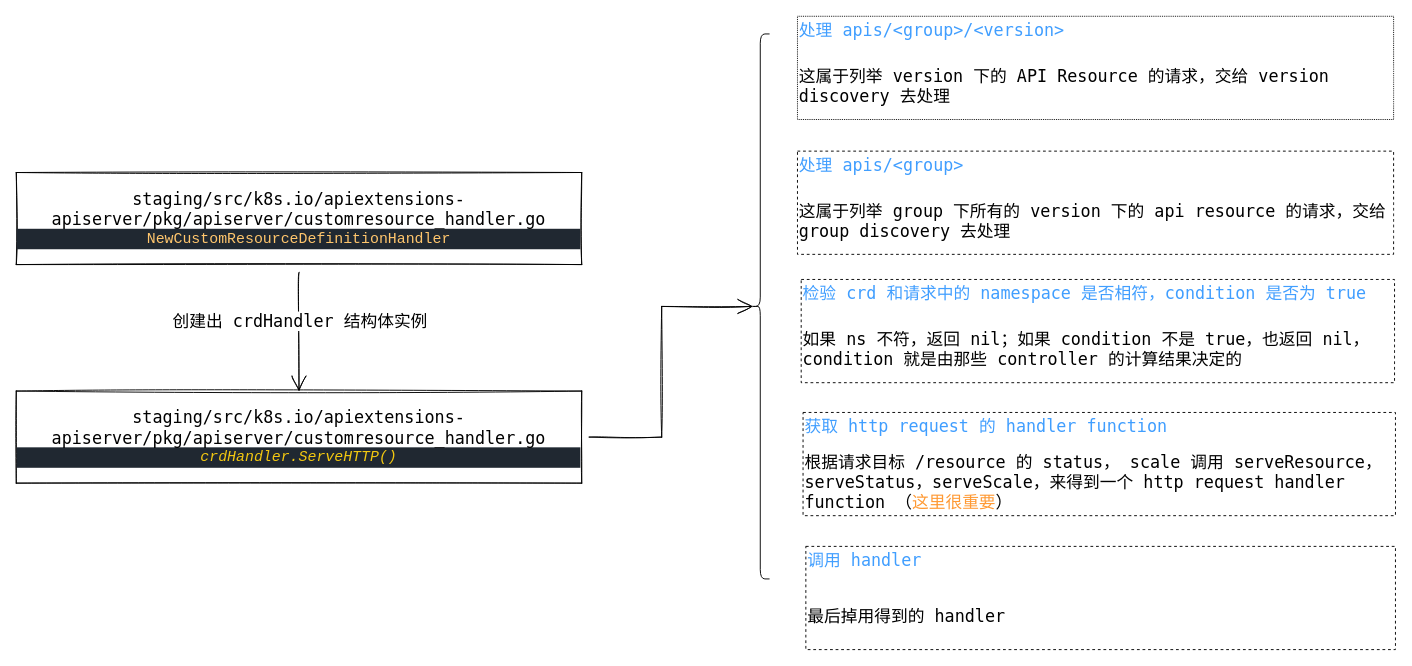
The draw.io diagram k8scl/api-server/extension-server-cr-api-handler.drawio in K8SCL/assets-repo, before the edit. Source tidied: cells renumbered, new cells numbered last; positions are measured from the earlier drawing's top-left corner, leaving out a move shared by most shapes. Both pictures are drawn from the tidied source at 93%, with x=0, y=0 at pixel (16, 16).
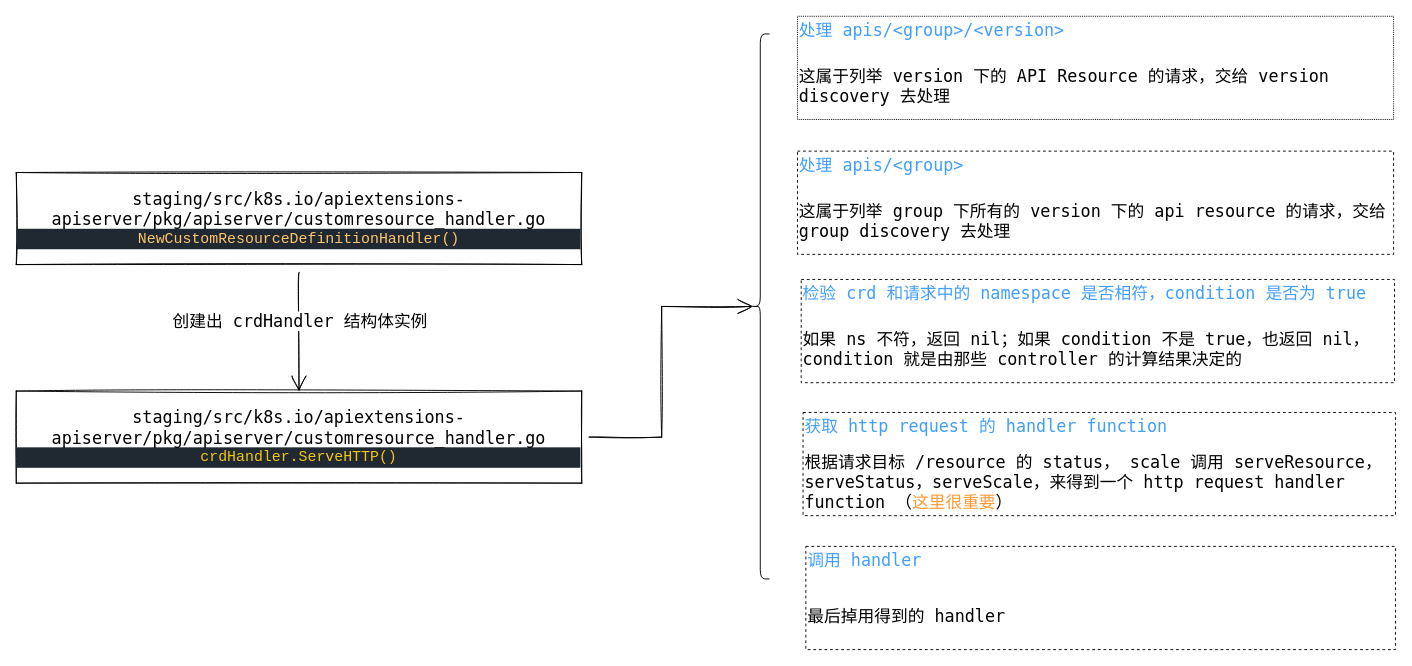
The same page after the edit.

The change refers to these unchanged cells:
```xml
<mxCell id="2" style="group;" parent="1" vertex="1">
  <mxGeometry y="168" width="608" height="334" as="geometry" />
</mxCell>
```

The edit, as a diff of the source:
```diff
@@
-    <mxCell id="3" value="&lt;font style=&quot;font-size: 18px&quot;&gt;staging/src/k8s.io/apiextensions-apiserver/pkg/apiserver/customresource_handler.go&lt;br&gt;&lt;div style=&quot;color: rgb(255 , 255 , 255) ; background-color: rgb(32 , 40 , 49) ; font-family: &amp;#34;jetbrains mono&amp;#34; , &amp;#34;consolas&amp;#34; , &amp;#34;courier new&amp;#34; , monospace ; font-size: 16px ; line-height: 22px&quot;&gt;&lt;span style=&quot;color: #ffc66d&quot;&gt;NewCustomResourceDefinitionHandler&lt;/span&gt;&lt;/div&gt;&lt;/font&gt;" style="rounded=0;whiteSpace=wrap;html=1;sketch=1;hachureGap=4;fontFamily=Lucida Console;fontSize=18;" parent="2" vertex="1">
+    <mxCell id="3" value="&lt;font style=&quot;font-size: 18px&quot;&gt;staging/src/k8s.io/apiextensions-apiserver/pkg/apiserver/customresource_handler.go&lt;br&gt;&lt;div style=&quot;color: rgb(255 , 255 , 255) ; background-color: rgb(32 , 40 , 49) ; font-family: &amp;#34;jetbrains mono&amp;#34; , &amp;#34;consolas&amp;#34; , &amp;#34;courier new&amp;#34; , monospace ; font-size: 16px ; line-height: 22px&quot;&gt;&lt;span style=&quot;color: #ffc66d&quot;&gt;NewCustomResourceDefinitionHandler()&lt;/span&gt;&lt;/div&gt;&lt;/font&gt;" style="rounded=0;whiteSpace=wrap;html=1;sketch=1;hachureGap=4;fontFamily=Lucida Console;fontSize=18;" parent="2" vertex="1">
       <mxGeometry width="608" height="99" as="geometry" />
     </mxCell>
-    <mxCell id="4" value="&lt;font style=&quot;font-size: 18px&quot;&gt;staging/src/k8s.io/apiextensions-apiserver/pkg/apiserver/customresource_handler.go&lt;br&gt;&lt;div style=&quot;color: rgb(255 , 255 , 255) ; background-color: rgb(32 , 40 , 49) ; font-family: &amp;#34;jetbrains mono&amp;#34; , &amp;#34;consolas&amp;#34; , &amp;#34;courier new&amp;#34; , monospace ; font-size: 16px ; line-height: 22px&quot;&gt;&lt;span style=&quot;color: #f3c811 ; font-style: italic&quot;&gt;crdHandler.ServeHTTP()&lt;/span&gt;&lt;/div&gt;&lt;/font&gt;" style="rounded=0;whiteSpace=wrap;html=1;sketch=1;hachureGap=4;fontFamily=Lucida Console;fontSize=18;" parent="2" vertex="1">
+    <mxCell id="4" value="&lt;font style=&quot;font-size: 18px&quot;&gt;staging/src/k8s.io/apiextensions-apiserver/pkg/apiserver/customresource_handler.go&lt;br&gt;&lt;div style=&quot;color: rgb(255 , 255 , 255) ; background-color: rgb(32 , 40 , 49) ; font-family: &amp;#34;jetbrains mono&amp;#34; , &amp;#34;consolas&amp;#34; , &amp;#34;courier new&amp;#34; , monospace ; font-size: 16px ; line-height: 22px&quot;&gt;&lt;span style=&quot;color: rgb(243 , 200 , 17)&quot;&gt;crdHandler.ServeHTTP()&lt;/span&gt;&lt;/div&gt;&lt;/font&gt;" style="rounded=0;whiteSpace=wrap;html=1;sketch=1;hachureGap=4;fontFamily=Lucida Console;fontSize=18;" parent="2" vertex="1">
       <mxGeometry y="235" width="608" height="99" as="geometry" />
     </mxCell>
```
